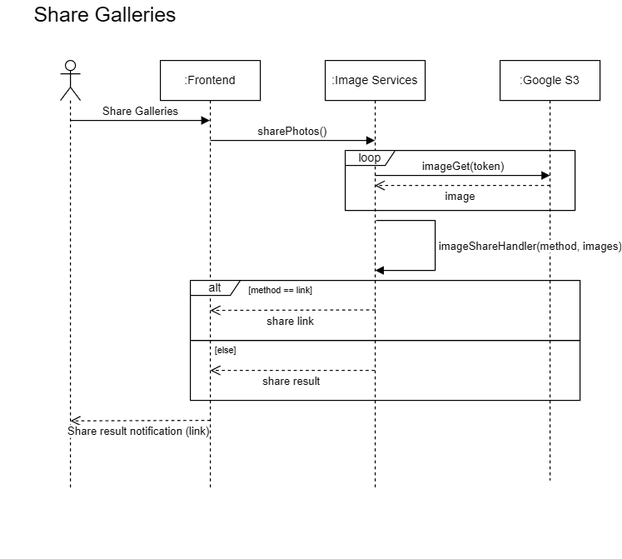
Exalex16/CPEN321-WOCMS keeps this draw.io diagram as documentation/images/Share_Galleries.drawio.png. Above is the earlier version. Source tidied: cells renumbered, new cells last; positions are measured from the earlier drawing's top-left corner, leaving out a move shared by most shapes.
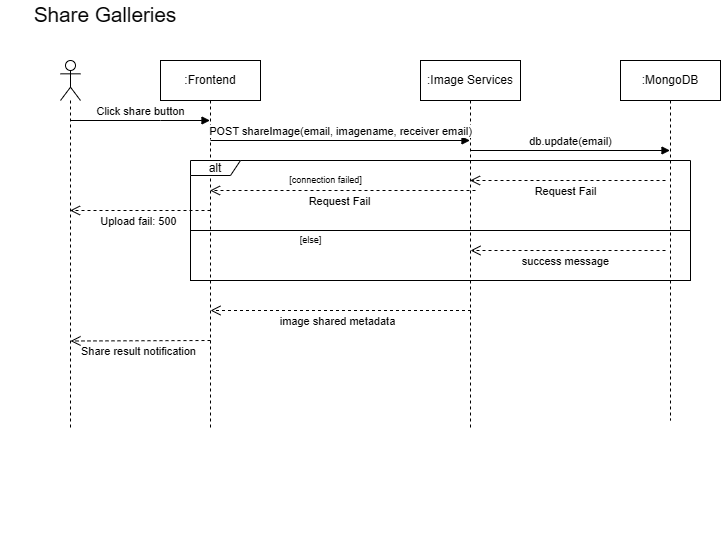
The same file after the commit.

What changed in the source:
```diff
@@ -3,37 +3,30 @@
     <mxCell id="0" />
     <mxCell id="1" parent="0" />
     <mxCell id="2" value=":Frontend" style="shape=umlLifeline;perimeter=lifelinePerimeter;whiteSpace=wrap;html=1;outlineConnect=0;portConstraint=eastwest;newEdgeStyle={&quot;edgeStyle&quot;:&quot;elbowEdgeStyle&quot;,&quot;elbow&quot;:&quot;vertical&quot;,&quot;curved&quot;:0,&quot;rounded&quot;:0};" parent="1" vertex="1">
-      <mxGeometry x="160" y="60" width="100" height="430" as="geometry" />
+      <mxGeometry x="160" y="60" width="100" height="370" as="geometry" />
     </mxCell>
     <mxCell id="3" value="&lt;span id=&quot;docs-internal-guid-6bbf44d1-7fff-1a77-31dd-1ef7b96aac21&quot;&gt;&lt;span style=&quot;font-family: Arial, sans-serif; background-color: transparent; font-variant-numeric: normal; font-variant-east-asian: normal; font-variant-alternates: normal; font-variant-position: normal; font-variant-emoji: normal; vertical-align: baseline; white-space-collapse: preserve;&quot;&gt;&lt;font style=&quot;color: rgb(0, 0, 0); font-size: 20.6667px;&quot;&gt;Share Galleries&lt;/font&gt;&lt;/span&gt;&lt;/span&gt;" style="text;html=1;align=center;verticalAlign=middle;whiteSpace=wrap;rounded=0;" parent="1" vertex="1">
       <mxGeometry width="210" height="30" as="geometry" />
     </mxCell>
     <mxCell id="4" style="shape=umlLifeline;perimeter=lifelinePerimeter;whiteSpace=wrap;html=1;outlineConnect=0;portConstraint=eastwest;newEdgeStyle={&quot;curved&quot;:0,&quot;rounded&quot;:0};participant=umlActor;" parent="1" vertex="1">
-      <mxGeometry x="60" y="60" width="20" height="430" as="geometry" />
+      <mxGeometry x="60" y="60" width="20" height="370" as="geometry" />
     </mxCell>
     <mxCell id="5" value=":Image Services" style="shape=umlLifeline;perimeter=lifelinePerimeter;whiteSpace=wrap;html=1;outlineConnect=0;portConstraint=eastwest;newEdgeStyle={&quot;edgeStyle&quot;:&quot;elbowEdgeStyle&quot;,&quot;elbow&quot;:&quot;vertical&quot;,&quot;curved&quot;:0,&quot;rounded&quot;:0};" parent="1" vertex="1">
-      <mxGeometry x="325" y="60" width="100" height="430" as="geometry" />
+      <mxGeometry x="420" y="60" width="100" height="370" as="geometry" />
     </mxCell>
-    <mxCell id="6" value="Share Galleries" style="html=1;verticalAlign=bottom;endArrow=block;curved=0;rounded=0;" parent="1" edge="1" source="4" target="2">
+    <mxCell id="6" value="Click share button" style="html=1;verticalAlign=bottom;endArrow=block;curved=0;rounded=0;" parent="1" edge="1" source="4" target="2">
       <mxGeometry relative="1" as="geometry">
         <Array as="points">
           <mxPoint x="160" y="120" />
         </Array>
       </mxGeometry>
     </mxCell>
-    <mxCell id="7" value="alt" style="shape=umlFrame;whiteSpace=wrap;html=1;width=50;height=15;" parent="1" vertex="1">
-      <mxGeometry x="190" y="280" width="390" height="60" as="geometry" />
-    </mxCell>
-    <mxCell id="8" value="[method == link]" style="text;html=1;align=center;verticalAlign=middle;strokeColor=none;fillColor=none;fontSize=9;" parent="1" vertex="1">
-      <mxGeometry x="235" y="280" width="90" height="20" as="geometry" />
-    </mxCell>
-    <mxCell id="9" value=":Google S3" style="shape=umlLifeline;perimeter=lifelinePerimeter;whiteSpace=wrap;html=1;newEdgeStyle={&quot;edgeStyle&quot;:&quot;elbowEdgeStyle&quot;,&quot;elbow&quot;:&quot;vertical&quot;,&quot;curved&quot;:0,&quot;rounded&quot;:0};" parent="1" vertex="1">
-      <mxGeometry x="500" y="60" width="100" height="420" as="geometry" />
+    <mxCell id="9" value=":MongoDB" style="shape=umlLifeline;perimeter=lifelinePerimeter;whiteSpace=wrap;html=1;newEdgeStyle={&quot;edgeStyle&quot;:&quot;elbowEdgeStyle&quot;,&quot;elbow&quot;:&quot;vertical&quot;,&quot;curved&quot;:0,&quot;rounded&quot;:0};" parent="1" vertex="1">
+      <mxGeometry x="620" y="60" width="100" height="360" as="geometry" />
     </mxCell>
-    <mxCell id="10" value="sharePhotos()" style="html=1;verticalAlign=bottom;endArrow=block;curved=0;rounded=0;" parent="1" edge="1">
+    <mxCell id="10" value="POST&amp;nbsp;shareImage(email, imagename, receiver email)" style="html=1;verticalAlign=bottom;endArrow=block;curved=0;rounded=0;" parent="1" edge="1" target="5">
       <mxGeometry relative="1" as="geometry">
         <mxPoint x="210" y="140" as="sourcePoint" />
-        <mxPoint x="374.7" y="140" as="targetPoint" />
       </mxGeometry>
     </mxCell>
     <mxCell id="11" style="edgeStyle=orthogonalEdgeStyle;rounded=0;orthogonalLoop=1;jettySize=auto;html=1;exitX=0.5;exitY=1;exitDx=0;exitDy=0;" parent="1" edge="1">
@@ -42,53 +35,57 @@
         <mxPoint x="460" y="550" as="targetPoint" />
       </mxGeometry>
     </mxCell>
-    <mxCell id="12" value="share link" style="html=1;verticalAlign=bottom;endArrow=open;dashed=1;endSize=8;curved=0;rounded=0;" parent="1" edge="1">
-      <mxGeometry x="0.02" y="20" relative="1" as="geometry">
-        <mxPoint x="375" y="309.5" as="sourcePoint" />
-        <mxPoint x="210" y="310" as="targetPoint" />
-      </mxGeometry>
-    </mxCell>
-    <mxCell id="13" style="rounded=0;whiteSpace=wrap;html=1;fillColor=none;" parent="1" vertex="1">
-      <mxGeometry x="190" y="340" width="390" height="60" as="geometry" />
-    </mxCell>
+    <mxCell id="15" value="Share result notification" style="html=1;verticalAlign=bottom;endArrow=open;dashed=1;endSize=8;curved=0;rounded=0;" parent="1" edge="1">
+      <mxGeometry x="0.03" y="20" relative="1" as="geometry">
+        <mxPoint x="210" y="340" as="sourcePoint" />
+        <mxPoint x="70" y="340.5" as="targetPoint" />
+      </mxGeometry>
+    </mxCell>
+    <mxCell id="21" value="db.update(email)" style="html=1;verticalAlign=bottom;endArrow=block;curved=0;rounded=0;" parent="1" edge="1">
+      <mxGeometry relative="1" as="geometry">
+        <mxPoint x="469.5" y="150" as="sourcePoint" />
+        <mxPoint x="669.5" y="150" as="targetPoint" />
+      </mxGeometry>
+    </mxCell>
+    <mxCell id="7" value="alt" style="shape=umlFrame;whiteSpace=wrap;html=1;width=50;height=15;" parent="1" vertex="1">
+      <mxGeometry x="190" y="160" width="500" height="70" as="geometry" />
+    </mxCell>
+    <mxCell id="22" value="[connection failed]" style="text;html=1;align=center;verticalAlign=middle;strokeColor=none;fillColor=none;fontSize=9;" parent="1" vertex="1">
+      <mxGeometry x="275" y="170" width="100" height="20" as="geometry" />
+    </mxCell>
+    <mxCell id="23" value="Request Fail" style="html=1;verticalAlign=bottom;endArrow=open;dashed=1;endSize=8;curved=0;rounded=0;" parent="1" edge="1" target="2">
+      <mxGeometry x="0.02" y="20" relative="1" as="geometry">
+        <mxPoint x="475" y="190" as="sourcePoint" />
+      </mxGeometry>
+    </mxCell>
+    <mxCell id="24" style="rounded=0;whiteSpace=wrap;html=1;fillColor=none;" parent="1" vertex="1">
+      <mxGeometry x="190" y="230" width="500" height="50" as="geometry" />
+    </mxCell>
     <mxCell id="14" value="[else]" style="text;html=1;align=center;verticalAlign=middle;strokeColor=none;fillColor=none;fontSize=9;" parent="1" vertex="1">
-      <mxGeometry x="200" y="340" width="50" height="20" as="geometry" />
+      <mxGeometry x="285" y="230" width="50" height="20" as="geometry" />
     </mxCell>
-    <mxCell id="15" value="Share result notification (link)" style="html=1;verticalAlign=bottom;endArrow=open;dashed=1;endSize=8;curved=0;rounded=0;" parent="1" edge="1">
-      <mxGeometry x="0.02" y="20" relative="1" as="geometry">
-        <mxPoint x="210" y="420" as="sourcePoint" />
-        <mxPoint x="70" y="420.5" as="targetPoint" />
-      </mxGeometry>
-    </mxCell>
-    <mxCell id="16" value="share result" style="html=1;verticalAlign=bottom;endArrow=open;dashed=1;endSize=8;curved=0;rounded=0;" parent="1" edge="1">
-      <mxGeometry x="0.02" y="20" relative="1" as="geometry">
-        <mxPoint x="374.5" y="370" as="sourcePoint" />
-        <mxPoint x="210" y="370" as="targetPoint" />
-      </mxGeometry>
-    </mxCell>
-    <mxCell id="17" value="loop" style="shape=umlFrame;whiteSpace=wrap;html=1;width=50;height=15;" parent="1" vertex="1">
-      <mxGeometry x="345" y="150" width="230" height="60" as="geometry" />
-    </mxCell>
-    <mxCell id="18" value="imageGet(token)" style="html=1;verticalAlign=bottom;endArrow=block;curved=0;rounded=0;" parent="1" edge="1" source="5">
-      <mxGeometry relative="1" as="geometry">
-        <mxPoint x="550" y="175" as="targetPoint" />
-      </mxGeometry>
-    </mxCell>
-    <mxCell id="19" value="image" style="html=1;verticalAlign=bottom;endArrow=open;dashed=1;endSize=8;curved=0;rounded=0;" parent="1" edge="1" target="5">
-      <mxGeometry x="0.02" y="20" relative="1" as="geometry">
-        <mxPoint x="550" y="185" as="sourcePoint" />
-      </mxGeometry>
-    </mxCell>
-    <mxCell id="20" value="imageShareHandler(method, images)" style="html=1;align=left;spacingLeft=2;endArrow=block;rounded=0;edgeStyle=orthogonalEdgeStyle;curved=0;rounded=0;" parent="1" edge="1">
-      <mxGeometry relative="1" as="geometry">
-        <mxPoint x="376" y="220" as="sourcePoint" />
-        <mxPoint x="375" y="270" as="targetPoint" />
-        <Array as="points">
-          <mxPoint x="435" y="220" />
-          <mxPoint x="435" y="270" />
-          <mxPoint x="375" y="270" />
-        </Array>
-      </mxGeometry>
-    </mxCell>
+    <mxCell id="25" value="success message" style="html=1;verticalAlign=bottom;endArrow=open;dashed=1;endSize=8;curved=0;rounded=0;" parent="1" edge="1">
+      <mxGeometry x="0.02" y="20" relative="1" as="geometry">
+        <mxPoint x="665" y="250" as="sourcePoint" />
+        <mxPoint x="470" y="250" as="targetPoint" />
+      </mxGeometry>
+    </mxCell>
+    <mxCell id="26" value="Request Fail" style="html=1;verticalAlign=bottom;endArrow=open;dashed=1;endSize=8;curved=0;rounded=0;" parent="1" edge="1">
+      <mxGeometry x="0.02" y="20" relative="1" as="geometry">
+        <mxPoint x="665" y="180" as="sourcePoint" />
+        <mxPoint x="469.5" y="180" as="targetPoint" />
+      </mxGeometry>
+    </mxCell>
+    <mxCell id="27" value="Upload fail: 500" style="html=1;verticalAlign=bottom;endArrow=open;dashed=1;endSize=8;curved=0;rounded=0;" parent="1" edge="1" target="4">
+      <mxGeometry x="0.02" y="20" relative="1" as="geometry">
+        <mxPoint x="210" y="210" as="sourcePoint" />
+      </mxGeometry>
+    </mxCell>
+    <mxCell id="28" value="image shared metadata" style="html=1;verticalAlign=bottom;endArrow=open;dashed=1;endSize=8;curved=0;rounded=0;" parent="1" edge="1">
+      <mxGeometry x="0.03" y="20" relative="1" as="geometry">
+        <mxPoint x="470.5" y="310" as="sourcePoint" />
+        <mxPoint x="210" y="310" as="targetPoint" />
+      </mxGeometry>
+    </mxCell>
   </root>
 </mxGraphModel>
```
